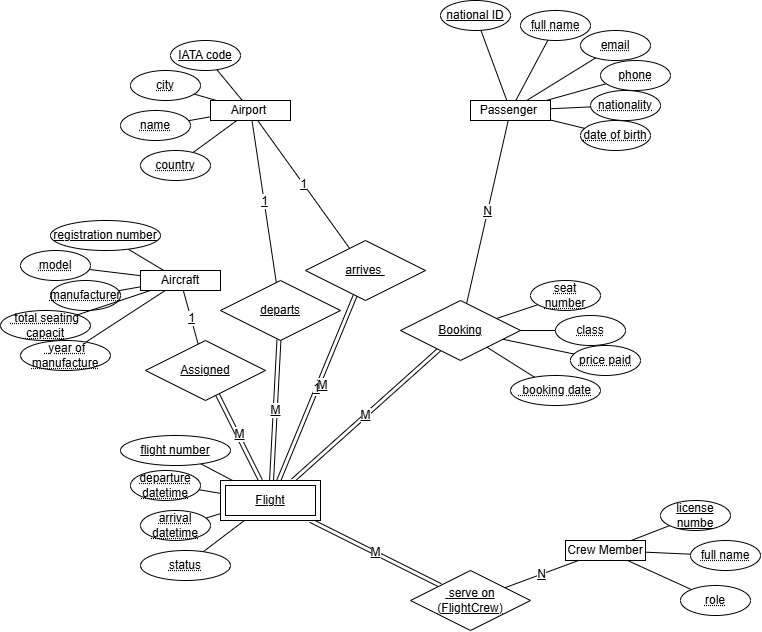
The draw.io diagram SkyTrack_ERD.png in ReemAlharrasi/SkyTrack-Airline-System, before a commit. Source tidied: cells renumbered, new cells last; positions are measured from the earlier drawing's top-left corner, leaving out a move shared by most shapes.
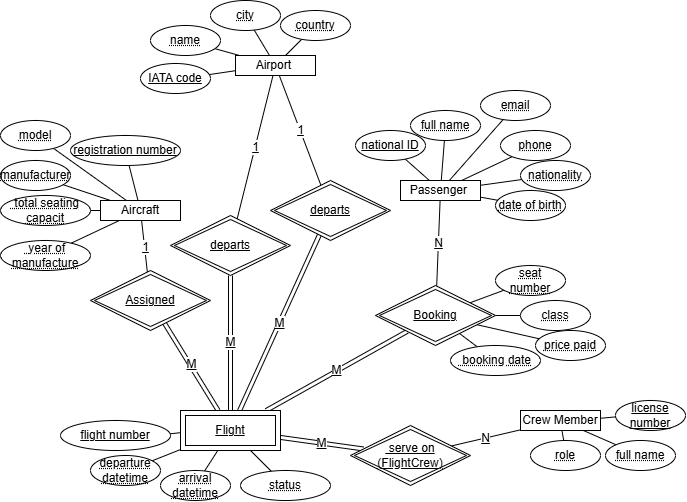
After the change.

Commit message:
Fixed erd diagram

Change to the diagram source:
```diff
@@ -5,3 +5,3 @@
     <mxCell id="2" value="Airport&amp;nbsp;" style="whiteSpace=wrap;html=1;align=center;" parent="1" vertex="1">
-      <mxGeometry x="210" y="100" width="80" height="20" as="geometry" />
+      <mxGeometry x="275" y="125" width="80" height="20" as="geometry" />
     </mxCell>
@@ -11,3 +11,3 @@
     <mxCell id="4" value="name" style="ellipse;whiteSpace=wrap;html=1;align=center;fontStyle=20;strokeColor=default;verticalAlign=middle;fontFamily=Helvetica;fontSize=12;fontColor=default;fillColor=default;" parent="1" vertex="1">
-      <mxGeometry x="120" y="110" width="70" height="30" as="geometry" />
+      <mxGeometry x="190" y="95" width="70" height="30" as="geometry" />
     </mxCell>
@@ -17,3 +17,3 @@
     <mxCell id="6" value="IATA code" style="ellipse;whiteSpace=wrap;html=1;align=center;fontStyle=4;strokeColor=default;verticalAlign=middle;fontFamily=Helvetica;fontSize=12;fontColor=default;fillColor=default;" parent="1" vertex="1">
-      <mxGeometry x="170" y="40" width="70" height="30" as="geometry" />
+      <mxGeometry x="180" y="133" width="70" height="30" as="geometry" />
     </mxCell>
@@ -23,3 +23,3 @@
     <mxCell id="8" value="city" style="ellipse;whiteSpace=wrap;html=1;align=center;fontStyle=20;strokeColor=default;verticalAlign=middle;fontFamily=Helvetica;fontSize=12;fontColor=default;fillColor=default;" parent="1" vertex="1">
-      <mxGeometry x="130" y="70" width="70" height="30" as="geometry" />
+      <mxGeometry x="250" y="70" width="70" height="30" as="geometry" />
     </mxCell>
@@ -29,3 +29,3 @@
     <mxCell id="10" value="country" style="ellipse;whiteSpace=wrap;html=1;align=center;fontStyle=20;strokeColor=default;verticalAlign=middle;fontFamily=Helvetica;fontSize=12;fontColor=default;fillColor=default;" parent="1" vertex="1">
-      <mxGeometry x="140" y="150" width="70" height="30" as="geometry" />
+      <mxGeometry x="320" y="80" width="70" height="30" as="geometry" />
     </mxCell>
@@ -38,3 +38,3 @@
     <mxCell id="13" value="manufacturer" style="ellipse;whiteSpace=wrap;html=1;align=center;fontStyle=20;strokeColor=default;verticalAlign=middle;fontFamily=Helvetica;fontSize=12;fontColor=default;fillColor=default;" parent="1" vertex="1">
-      <mxGeometry x="50" y="280" width="70" height="30" as="geometry" />
+      <mxGeometry x="40" y="230" width="70" height="30" as="geometry" />
     </mxCell>
@@ -44,3 +44,3 @@
     <mxCell id="15" value="registration number" style="ellipse;whiteSpace=wrap;html=1;align=center;fontStyle=4;strokeColor=default;verticalAlign=middle;fontFamily=Helvetica;fontSize=12;fontColor=default;fillColor=default;" parent="1" vertex="1">
-      <mxGeometry x="50" y="220" width="110" height="30" as="geometry" />
+      <mxGeometry x="110" y="205" width="110" height="30" as="geometry" />
     </mxCell>
@@ -50,3 +50,3 @@
     <mxCell id="17" value="model" style="ellipse;whiteSpace=wrap;html=1;align=center;fontStyle=20;strokeColor=default;verticalAlign=middle;fontFamily=Helvetica;fontSize=12;fontColor=default;fillColor=default;" parent="1" vertex="1">
-      <mxGeometry x="20" y="250" width="70" height="30" as="geometry" />
+      <mxGeometry x="40" y="190" width="70" height="30" as="geometry" />
     </mxCell>
@@ -56,3 +56,3 @@
     <mxCell id="19" value="&amp;nbsp;total seating capacit" style="ellipse;whiteSpace=wrap;html=1;align=center;fontStyle=20;strokeColor=default;verticalAlign=middle;fontFamily=Helvetica;fontSize=12;fontColor=default;fillColor=default;" parent="1" vertex="1">
-      <mxGeometry y="310" width="90" height="30" as="geometry" />
+      <mxGeometry x="40" y="265" width="90" height="30" as="geometry" />
     </mxCell>
@@ -62,13 +62,10 @@
     <mxCell id="21" value="&amp;nbsp;year of manufacture" style="ellipse;whiteSpace=wrap;html=1;align=center;fontStyle=20;strokeColor=default;verticalAlign=middle;fontFamily=Helvetica;fontSize=12;fontColor=default;fillColor=default;" parent="1" vertex="1">
-      <mxGeometry x="20" y="340" width="90" height="30" as="geometry" />
+      <mxGeometry x="40" y="310" width="90" height="30" as="geometry" />
     </mxCell>
-    <mxCell id="22" value="M" style="edgeStyle=none;shape=link;curved=1;rounded=1;jettySize=auto;html=1;strokeColor=default;align=center;verticalAlign=middle;fontFamily=Helvetica;fontSize=12;fontColor=default;fontStyle=4;labelBackgroundColor=default;endArrow=none;endFill=0;" parent="1" edge="1" source="76" target="40">
+    <mxCell id="22" value="M" style="edgeStyle=none;shape=link;curved=1;rounded=1;jettySize=auto;html=1;strokeColor=default;align=center;verticalAlign=middle;fontFamily=Helvetica;fontSize=12;fontColor=default;fontStyle=4;labelBackgroundColor=default;endArrow=none;endFill=0;" parent="1" edge="1" source="76" target="77">
       <mxGeometry relative="1" as="geometry" />
     </mxCell>
-    <mxCell id="23" value="1" style="edgeStyle=none;shape=link;curved=1;rounded=1;jettySize=auto;html=1;strokeColor=default;align=center;verticalAlign=middle;fontFamily=Helvetica;fontSize=12;fontColor=default;fontStyle=4;labelBackgroundColor=default;endArrow=none;endFill=0;" parent="1" edge="1" source="76" target="42">
+    <mxCell id="23" value="M" style="edgeStyle=none;shape=link;curved=1;rounded=1;jettySize=auto;html=1;strokeColor=default;align=center;verticalAlign=middle;fontFamily=Helvetica;fontSize=12;fontColor=default;fontStyle=4;labelBackgroundColor=default;endArrow=none;endFill=0;" parent="1" edge="1" source="76" target="78">
       <mxGeometry relative="1" as="geometry" />
     </mxCell>
-    <mxCell id="24" value="M" style="edgeLabel;html=1;align=center;verticalAlign=middle;fontFamily=Helvetica;fontSize=12;fontColor=default;fontStyle=4;labelBackgroundColor=default;" parent="23" vertex="1">
-      <mxGeometry x="0.05" y="-3" relative="1" as="geometry" />
-    </mxCell>
     <mxCell id="25" value="M" style="edgeStyle=none;shape=link;curved=1;rounded=1;jettySize=auto;html=1;strokeColor=default;align=center;verticalAlign=middle;fontFamily=Helvetica;fontSize=12;fontColor=default;fontStyle=4;labelBackgroundColor=default;endArrow=none;endFill=0;" parent="1" edge="1" source="76" target="64">
@@ -80,3 +77,3 @@
     <mxCell id="27" value="arrival datetime" style="ellipse;whiteSpace=wrap;html=1;align=center;fontStyle=20;strokeColor=default;verticalAlign=middle;fontFamily=Helvetica;fontSize=12;fontColor=default;fillColor=default;" parent="1" vertex="1">
-      <mxGeometry x="140" y="510" width="70" height="30" as="geometry" />
+      <mxGeometry x="200" y="540" width="70" height="30" as="geometry" />
     </mxCell>
@@ -86,3 +83,3 @@
     <mxCell id="29" value="flight number" style="ellipse;whiteSpace=wrap;html=1;align=center;fontStyle=4;strokeColor=default;verticalAlign=middle;fontFamily=Helvetica;fontSize=12;fontColor=default;fillColor=default;" parent="1" vertex="1">
-      <mxGeometry x="120" y="435" width="110" height="30" as="geometry" />
+      <mxGeometry x="100" y="490" width="110" height="30" as="geometry" />
     </mxCell>
@@ -92,3 +89,3 @@
     <mxCell id="31" value="departure datetime" style="ellipse;whiteSpace=wrap;html=1;align=center;fontStyle=20;strokeColor=default;verticalAlign=middle;fontFamily=Helvetica;fontSize=12;fontColor=default;fillColor=default;" parent="1" vertex="1">
-      <mxGeometry x="130" y="470" width="70" height="30" as="geometry" />
+      <mxGeometry x="130" y="525" width="70" height="30" as="geometry" />
     </mxCell>
@@ -98,3 +95,3 @@
     <mxCell id="33" value="status" style="ellipse;whiteSpace=wrap;html=1;align=center;fontStyle=20;strokeColor=default;verticalAlign=middle;fontFamily=Helvetica;fontSize=12;fontColor=default;fillColor=default;" parent="1" vertex="1">
-      <mxGeometry x="140" y="550" width="90" height="30" as="geometry" />
+      <mxGeometry x="280" y="540" width="90" height="30" as="geometry" />
     </mxCell>
@@ -106,5 +103,2 @@
     </mxCell>
-    <mxCell id="36" value="Assigned" style="shape=rhombus;perimeter=rhombusPerimeter;whiteSpace=wrap;html=1;align=center;strokeColor=default;verticalAlign=middle;fontFamily=Helvetica;fontSize=12;fontColor=default;fontStyle=4;fillColor=default;" parent="1" vertex="1">
-      <mxGeometry x="145" y="340" width="120" height="60" as="geometry" />
-    </mxCell>
     <mxCell id="37" style="edgeStyle=none;shape=connector;curved=1;rounded=1;jettySize=auto;html=1;strokeColor=default;align=center;verticalAlign=middle;fontFamily=Helvetica;fontSize=12;fontColor=default;fontStyle=4;labelBackgroundColor=default;startSize=8;endArrow=none;endFill=0;endSize=8;" parent="1" edge="1" source="36" target="11">
@@ -115,16 +109,10 @@
     </mxCell>
-    <mxCell id="39" value="1" style="edgeStyle=none;shape=connector;curved=1;rounded=1;jettySize=auto;html=1;strokeColor=default;align=center;verticalAlign=middle;fontFamily=Helvetica;fontSize=12;fontColor=default;fontStyle=4;labelBackgroundColor=default;startSize=8;endArrow=none;endFill=0;endSize=8;" parent="1" edge="1" source="40" target="2">
+    <mxCell id="39" value="1" style="edgeStyle=none;shape=connector;curved=1;rounded=1;jettySize=auto;html=1;strokeColor=default;align=center;verticalAlign=middle;fontFamily=Helvetica;fontSize=12;fontColor=default;fontStyle=4;labelBackgroundColor=default;startSize=8;endArrow=none;endFill=0;endSize=8;" parent="1" edge="1" source="77" target="2">
       <mxGeometry relative="1" as="geometry" />
     </mxCell>
-    <mxCell id="40" value="departs" style="shape=rhombus;perimeter=rhombusPerimeter;whiteSpace=wrap;html=1;align=center;strokeColor=default;verticalAlign=middle;fontFamily=Helvetica;fontSize=12;fontColor=default;fontStyle=4;fillColor=default;" parent="1" vertex="1">
-      <mxGeometry x="220" y="280" width="120" height="60" as="geometry" />
-    </mxCell>
-    <mxCell id="41" value="1" style="edgeStyle=none;shape=connector;curved=1;rounded=1;jettySize=auto;html=1;strokeColor=default;align=center;verticalAlign=middle;fontFamily=Helvetica;fontSize=12;fontColor=default;fontStyle=4;labelBackgroundColor=default;startSize=8;endArrow=none;endFill=0;endSize=8;" parent="1" edge="1" source="42" target="2">
+    <mxCell id="41" value="1" style="edgeStyle=none;shape=connector;curved=1;rounded=1;jettySize=auto;html=1;strokeColor=default;align=center;verticalAlign=middle;fontFamily=Helvetica;fontSize=12;fontColor=default;fontStyle=4;labelBackgroundColor=default;startSize=8;endArrow=none;endFill=0;endSize=8;" parent="1" edge="1" source="78" target="2">
       <mxGeometry relative="1" as="geometry" />
     </mxCell>
-    <mxCell id="42" value="arrives&amp;nbsp;" style="shape=rhombus;perimeter=rhombusPerimeter;whiteSpace=wrap;html=1;align=center;strokeColor=default;verticalAlign=middle;fontFamily=Helvetica;fontSize=12;fontColor=default;fontStyle=4;fillColor=default;" parent="1" vertex="1">
-      <mxGeometry x="305" y="240" width="120" height="60" as="geometry" />
-    </mxCell>
     <mxCell id="43" value="Passenger&amp;nbsp;" style="whiteSpace=wrap;html=1;align=center;" parent="1" vertex="1">
-      <mxGeometry x="470" y="100" width="80" height="20" as="geometry" />
+      <mxGeometry x="440" y="250" width="80" height="20" as="geometry" />
     </mxCell>
@@ -134,3 +122,3 @@
     <mxCell id="45" value="email" style="ellipse;whiteSpace=wrap;html=1;align=center;fontStyle=20;strokeColor=default;verticalAlign=middle;fontFamily=Helvetica;fontSize=12;fontColor=default;fillColor=default;" parent="1" vertex="1">
-      <mxGeometry x="580" y="30" width="70" height="30" as="geometry" />
+      <mxGeometry x="520" y="160" width="70" height="30" as="geometry" />
     </mxCell>
@@ -140,3 +128,3 @@
     <mxCell id="47" value="national ID" style="ellipse;whiteSpace=wrap;html=1;align=center;fontStyle=4;strokeColor=default;verticalAlign=middle;fontFamily=Helvetica;fontSize=12;fontColor=default;fillColor=default;" parent="1" vertex="1">
-      <mxGeometry x="440" width="70" height="30" as="geometry" />
+      <mxGeometry x="395" y="200" width="70" height="30" as="geometry" />
     </mxCell>
@@ -146,3 +134,3 @@
     <mxCell id="49" value="full name" style="ellipse;whiteSpace=wrap;html=1;align=center;fontStyle=20;strokeColor=default;verticalAlign=middle;fontFamily=Helvetica;fontSize=12;fontColor=default;fillColor=default;" parent="1" vertex="1">
-      <mxGeometry x="520" y="10" width="70" height="30" as="geometry" />
+      <mxGeometry x="450" y="180" width="70" height="30" as="geometry" />
     </mxCell>
@@ -152,3 +140,3 @@
     <mxCell id="51" value="phone" style="ellipse;whiteSpace=wrap;html=1;align=center;fontStyle=20;strokeColor=default;verticalAlign=middle;fontFamily=Helvetica;fontSize=12;fontColor=default;fillColor=default;" parent="1" vertex="1">
-      <mxGeometry x="600" y="60" width="70" height="30" as="geometry" />
+      <mxGeometry x="540" y="200" width="70" height="30" as="geometry" />
     </mxCell>
@@ -158,3 +146,3 @@
     <mxCell id="53" value="nationality" style="ellipse;whiteSpace=wrap;html=1;align=center;fontStyle=20;strokeColor=default;verticalAlign=middle;fontFamily=Helvetica;fontSize=12;fontColor=default;fillColor=default;" parent="1" vertex="1">
-      <mxGeometry x="590" y="90" width="70" height="30" as="geometry" />
+      <mxGeometry x="560" y="230" width="70" height="30" as="geometry" />
     </mxCell>
@@ -164,6 +152,6 @@
     <mxCell id="55" value="date of birth" style="ellipse;whiteSpace=wrap;html=1;align=center;fontStyle=20;strokeColor=default;verticalAlign=middle;fontFamily=Helvetica;fontSize=12;fontColor=default;fillColor=default;" parent="1" vertex="1">
-      <mxGeometry x="580" y="120" width="70" height="30" as="geometry" />
+      <mxGeometry x="535" y="260" width="70" height="30" as="geometry" />
     </mxCell>
     <mxCell id="56" value="Crew Member" style="whiteSpace=wrap;html=1;align=center;" parent="1" vertex="1">
-      <mxGeometry x="565" y="540" width="80" height="20" as="geometry" />
+      <mxGeometry x="560" y="480" width="80" height="20" as="geometry" />
     </mxCell>
@@ -172,4 +160,4 @@
     </mxCell>
-    <mxCell id="58" value="license numbe" style="ellipse;whiteSpace=wrap;html=1;align=center;fontStyle=4;strokeColor=default;verticalAlign=middle;fontFamily=Helvetica;fontSize=12;fontColor=default;fillColor=default;" parent="1" vertex="1">
-      <mxGeometry x="660" y="500" width="70" height="30" as="geometry" />
+    <mxCell id="58" value="license number" style="ellipse;whiteSpace=wrap;html=1;align=center;fontStyle=4;strokeColor=default;verticalAlign=middle;fontFamily=Helvetica;fontSize=12;fontColor=default;fillColor=default;" parent="1" vertex="1">
+      <mxGeometry x="655" y="470" width="70" height="30" as="geometry" />
     </mxCell>
@@ -179,3 +167,3 @@
     <mxCell id="60" value="full name" style="ellipse;whiteSpace=wrap;html=1;align=center;fontStyle=20;strokeColor=default;verticalAlign=middle;fontFamily=Helvetica;fontSize=12;fontColor=default;fillColor=default;" parent="1" vertex="1">
-      <mxGeometry x="690" y="540" width="70" height="30" as="geometry" />
+      <mxGeometry x="645" y="510" width="70" height="30" as="geometry" />
     </mxCell>
@@ -185,3 +173,3 @@
     <mxCell id="62" value="role" style="ellipse;whiteSpace=wrap;html=1;align=center;fontStyle=20;strokeColor=default;verticalAlign=middle;fontFamily=Helvetica;fontSize=12;fontColor=default;fillColor=default;" parent="1" vertex="1">
-      <mxGeometry x="680" y="585" width="70" height="30" as="geometry" />
+      <mxGeometry x="570" y="510" width="70" height="30" as="geometry" />
     </mxCell>
@@ -190,5 +178,2 @@
     </mxCell>
-    <mxCell id="64" value="Booking" style="shape=rhombus;perimeter=rhombusPerimeter;whiteSpace=wrap;html=1;align=center;strokeColor=default;verticalAlign=middle;fontFamily=Helvetica;fontSize=12;fontColor=default;fontStyle=4;fillColor=default;" parent="1" vertex="1">
-      <mxGeometry x="400" y="300" width="120" height="60" as="geometry" />
-    </mxCell>
     <mxCell id="65" style="edgeStyle=none;shape=connector;curved=1;rounded=1;jettySize=auto;html=1;strokeColor=default;align=center;verticalAlign=middle;fontFamily=Helvetica;fontSize=12;fontColor=default;fontStyle=4;labelBackgroundColor=default;startSize=8;endArrow=none;endFill=0;endSize=8;" parent="1" edge="1" source="66" target="64">
@@ -197,3 +182,3 @@
     <mxCell id="66" value="&lt;div&gt;seat&lt;/div&gt;&lt;div&gt;number&lt;/div&gt;" style="ellipse;whiteSpace=wrap;html=1;align=center;fontStyle=20;strokeColor=default;verticalAlign=middle;fontFamily=Helvetica;fontSize=12;fontColor=default;fillColor=default;" parent="1" vertex="1">
-      <mxGeometry x="530" y="280" width="70" height="30" as="geometry" />
+      <mxGeometry x="535" y="335" width="70" height="30" as="geometry" />
     </mxCell>
@@ -203,3 +188,3 @@
     <mxCell id="68" value="class" style="ellipse;whiteSpace=wrap;html=1;align=center;fontStyle=20;strokeColor=default;verticalAlign=middle;fontFamily=Helvetica;fontSize=12;fontColor=default;fillColor=default;" parent="1" vertex="1">
-      <mxGeometry x="555" y="315" width="70" height="30" as="geometry" />
+      <mxGeometry x="560" y="370" width="70" height="30" as="geometry" />
     </mxCell>
@@ -209,3 +194,3 @@
     <mxCell id="70" value="price paid" style="ellipse;whiteSpace=wrap;html=1;align=center;fontStyle=20;strokeColor=default;verticalAlign=middle;fontFamily=Helvetica;fontSize=12;fontColor=default;fillColor=default;" parent="1" vertex="1">
-      <mxGeometry x="570" y="345" width="70" height="30" as="geometry" />
+      <mxGeometry x="575" y="400" width="70" height="30" as="geometry" />
     </mxCell>
@@ -215,3 +200,3 @@
     <mxCell id="72" value="&amp;nbsp;booking date" style="ellipse;whiteSpace=wrap;html=1;align=center;fontStyle=20;strokeColor=default;verticalAlign=middle;fontFamily=Helvetica;fontSize=12;fontColor=default;fillColor=default;" parent="1" vertex="1">
-      <mxGeometry x="510" y="375" width="90" height="30" as="geometry" />
+      <mxGeometry x="490" y="415" width="90" height="30" as="geometry" />
     </mxCell>
@@ -223,8 +208,20 @@
     </mxCell>
+    <mxCell id="76" value="Flight" style="shape=ext;margin=3;double=1;whiteSpace=wrap;html=1;align=center;strokeColor=default;verticalAlign=middle;fontFamily=Helvetica;fontSize=12;fontColor=default;fontStyle=4;fillColor=default;" parent="1" vertex="1">
+      <mxGeometry x="220" y="480" width="100" height="40" as="geometry" />
+    </mxCell>
+    <mxCell id="36" value="Assigned" style="shape=rhombus;double=1;perimeter=rhombusPerimeter;whiteSpace=wrap;html=1;align=center;strokeColor=default;verticalAlign=middle;fontFamily=Helvetica;fontSize=12;fontColor=default;fontStyle=4;fillColor=default;" parent="1" vertex="1">
+      <mxGeometry x="130" y="340" width="120" height="60" as="geometry" />
+    </mxCell>
+    <mxCell id="77" value="departs" style="shape=rhombus;double=1;perimeter=rhombusPerimeter;whiteSpace=wrap;html=1;align=center;strokeColor=default;verticalAlign=middle;fontFamily=Helvetica;fontSize=12;fontColor=default;fontStyle=4;fillColor=default;" parent="1" vertex="1">
+      <mxGeometry x="210" y="285" width="120" height="60" as="geometry" />
+    </mxCell>
+    <mxCell id="78" value="departs" style="shape=rhombus;double=1;perimeter=rhombusPerimeter;whiteSpace=wrap;html=1;align=center;strokeColor=default;verticalAlign=middle;fontFamily=Helvetica;fontSize=12;fontColor=default;fontStyle=4;fillColor=default;" parent="1" vertex="1">
+      <mxGeometry x="310" y="250" width="120" height="60" as="geometry" />
+    </mxCell>
+    <mxCell id="64" value="Booking" style="shape=rhombus;double=1;perimeter=rhombusPerimeter;whiteSpace=wrap;html=1;align=center;strokeColor=default;verticalAlign=middle;fontFamily=Helvetica;fontSize=12;fontColor=default;fontStyle=4;fillColor=default;" parent="1" vertex="1">
+      <mxGeometry x="415" y="355" width="120" height="60" as="geometry" />
+    </mxCell>
-    <mxCell id="75" value="&amp;nbsp;serve on (FlightCrew)" style="shape=rhombus;perimeter=rhombusPerimeter;whiteSpace=wrap;html=1;align=center;strokeColor=default;verticalAlign=middle;fontFamily=Helvetica;fontSize=12;fontColor=default;fontStyle=4;fillColor=default;" parent="1" vertex="1">
-      <mxGeometry x="410" y="570" width="120" height="60" as="geometry" />
+    <mxCell id="75" value="&amp;nbsp;serve on (FlightCrew)" style="shape=rhombus;double=1;perimeter=rhombusPerimeter;whiteSpace=wrap;html=1;align=center;strokeColor=default;verticalAlign=middle;fontFamily=Helvetica;fontSize=12;fontColor=default;fontStyle=4;fillColor=default;" parent="1" vertex="1">
+      <mxGeometry x="390" y="495" width="120" height="60" as="geometry" />
     </mxCell>
-    <mxCell id="76" value="Flight" style="shape=ext;margin=3;double=1;whiteSpace=wrap;html=1;align=center;strokeColor=default;verticalAlign=middle;fontFamily=Helvetica;fontSize=12;fontColor=default;fontStyle=4;fillColor=default;" parent="1" vertex="1">
-      <mxGeometry x="220" y="480" width="100" height="40" as="geometry" />
-    </mxCell>
   </root>
```
